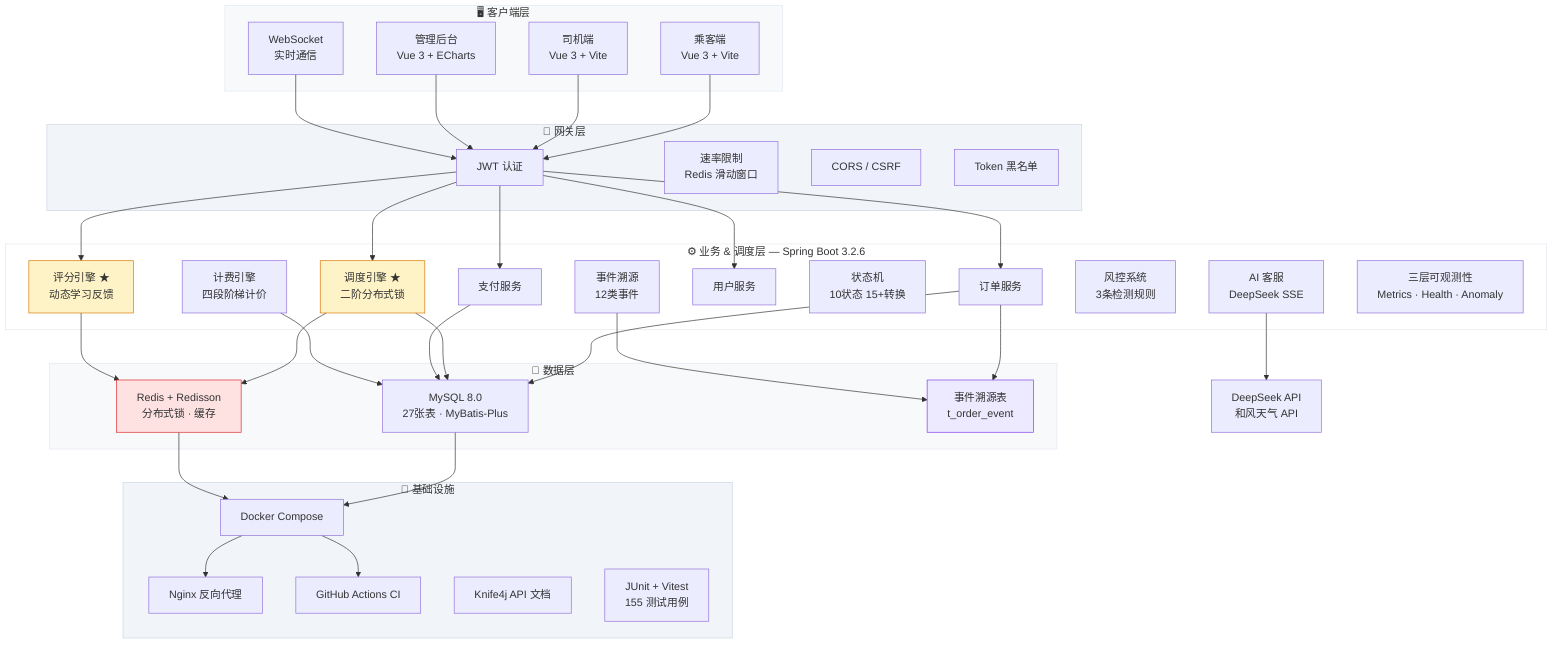
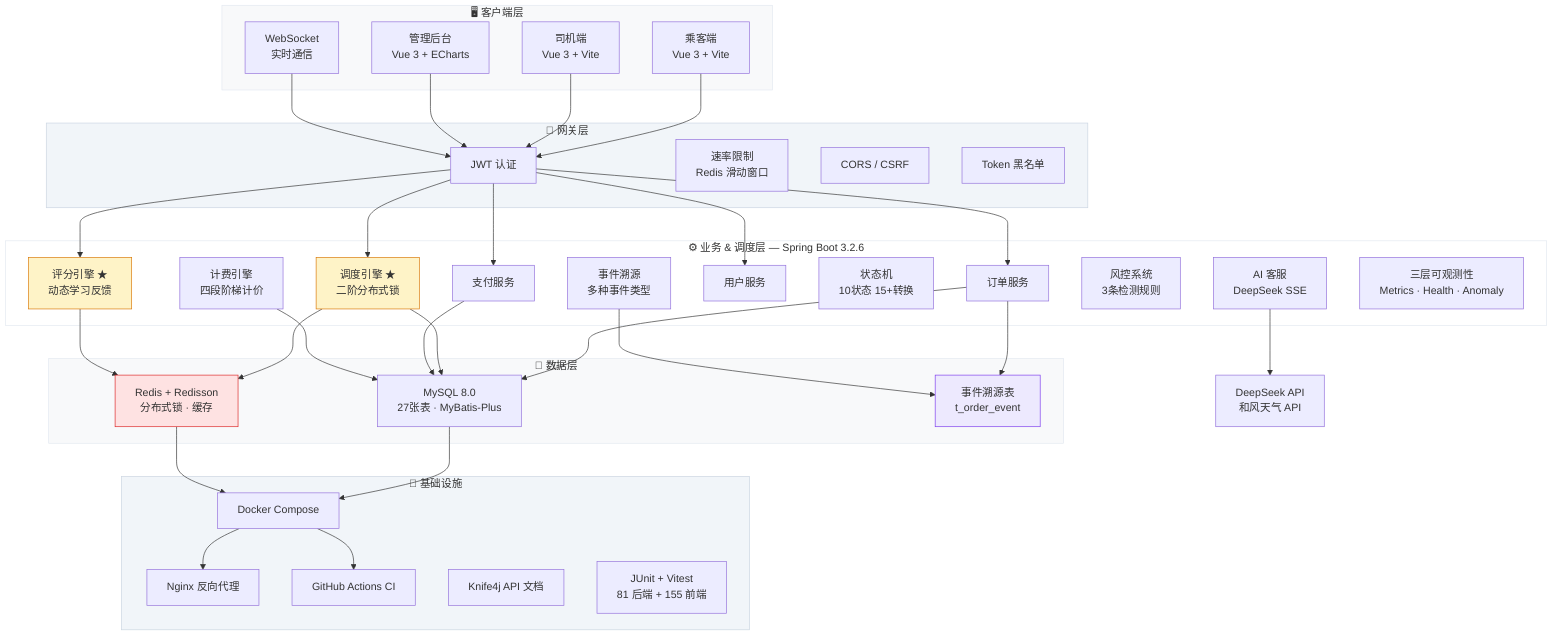
graph TB
    subgraph Client["🖥️ 客户端层"]
        Passenger["乘客端<br/>Vue 3 + Vite"]
        Driver["司机端<br/>Vue 3 + Vite"]
        Admin["管理后台<br/>Vue 3 + ECharts"]
        WS["WebSocket<br/>实时通信"]
    end

    subgraph Gateway["🔐 网关层"]
        JWT["JWT 认证"]
        RateLimit["速率限制<br/>Redis 滑动窗口"]
        CORS["CORS / CSRF"]
        Blacklist["Token 黑名单"]
    end

    subgraph Business["⚙️ 业务 & 调度层 — Spring Boot 3.2.6"]
        Order["订单服务"]
        Dispatch["调度引擎 ★<br/>二阶分布式锁"]
        Score["评分引擎 ★<br/>动态学习反馈"]
        Payment["支付服务"]
        Billing["计费引擎<br/>四段阶梯计价"]
        User["用户服务"]
        SM["状态机<br/>10状态 15+转换"]
        AI["AI 客服<br/>DeepSeek SSE"]
        Risk["风控系统<br/>3条检测规则"]
-         Event["事件溯源<br/>12类事件"]
+         Event["事件溯源<br/>多种事件类型"]
        Observe["三层可观测性<br/>Metrics · Health · Anomaly"]
    end

    subgraph Data["💾 数据层"]
        MySQL["MySQL 8.0<br/>27张表 · MyBatis-Plus"]
        Redis["Redis + Redisson<br/>分布式锁 · 缓存"]
        EventTable["事件溯源表<br/>t_order_event"]
    end

    subgraph Infra["🔧 基础设施"]
        Docker["Docker Compose"]
        Nginx["Nginx 反向代理"]
        CI["GitHub Actions CI"]
        API["Knife4j API 文档"]
-         JUnit["JUnit + Vitest<br/>155 测试用例"]
+         JUnit["JUnit + Vitest<br/>81 后端 + 155 前端"]
    end

    External["DeepSeek API<br/>和风天气 API"]

    Passenger --> JWT
    Driver --> JWT
    Admin --> JWT
    WS --> JWT

    JWT --> Order
    JWT --> Dispatch
    JWT --> Score
    JWT --> Payment
    JWT --> User

    Order --> MySQL
    Order --> EventTable
    Dispatch --> Redis
    Dispatch --> MySQL
    Score --> Redis
    Payment --> MySQL
    Billing --> MySQL

    AI --> External
    Event --> EventTable

    MySQL --> Docker
    Redis --> Docker
    Docker --> Nginx
    Docker --> CI

    style Client fill:#f8f9fa,stroke:#e2e8f0
    style Gateway fill:#f1f5f9,stroke:#cbd5e1
    style Business fill:#ffffff,stroke:#e2e8f0
    style Data fill:#f8f9fa,stroke:#e2e8f0
    style Infra fill:#f1f5f9,stroke:#cbd5e1
    style Dispatch fill:#fef3c7,stroke:#d97706
    style Score fill:#fef3c7,stroke:#d97706
    style Redis fill:#fee2e2,stroke:#dc2626
    style EventTable fill:#ede9fe,stroke:#7c3aed
